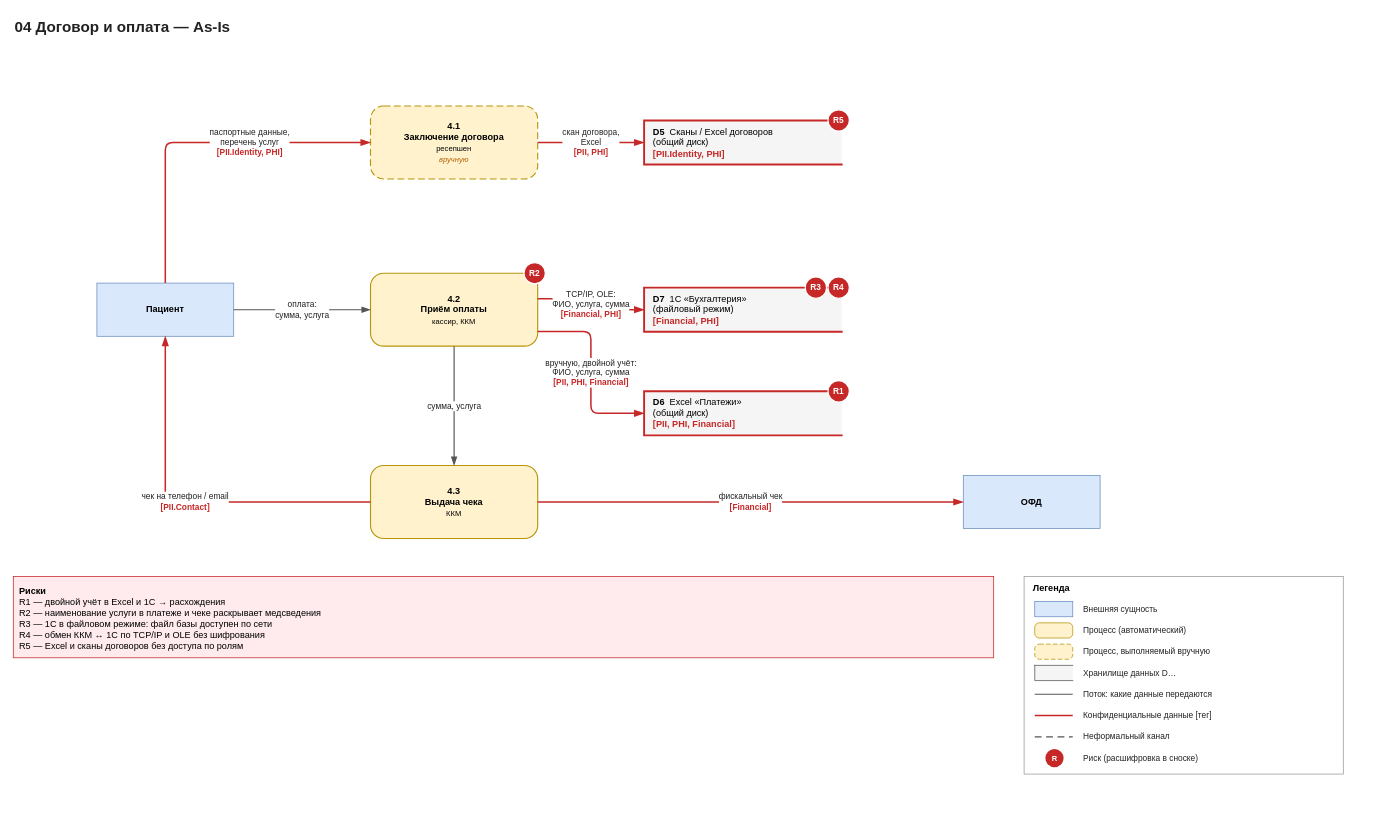
The draw.io diagram page "As-Is" (1 of 2) of Task1/dfd/04-dogovor-oplata.drawio in iudanet/architecture-medikamente, before the edit. Source tidied: cells renumbered, new cells numbered last; positions are measured from the earlier drawing's top-left corner, leaving out a move shared by most shapes. Both pictures are drawn from the tidied source at 76%, with x=0, y=0 at pixel (13, 13).
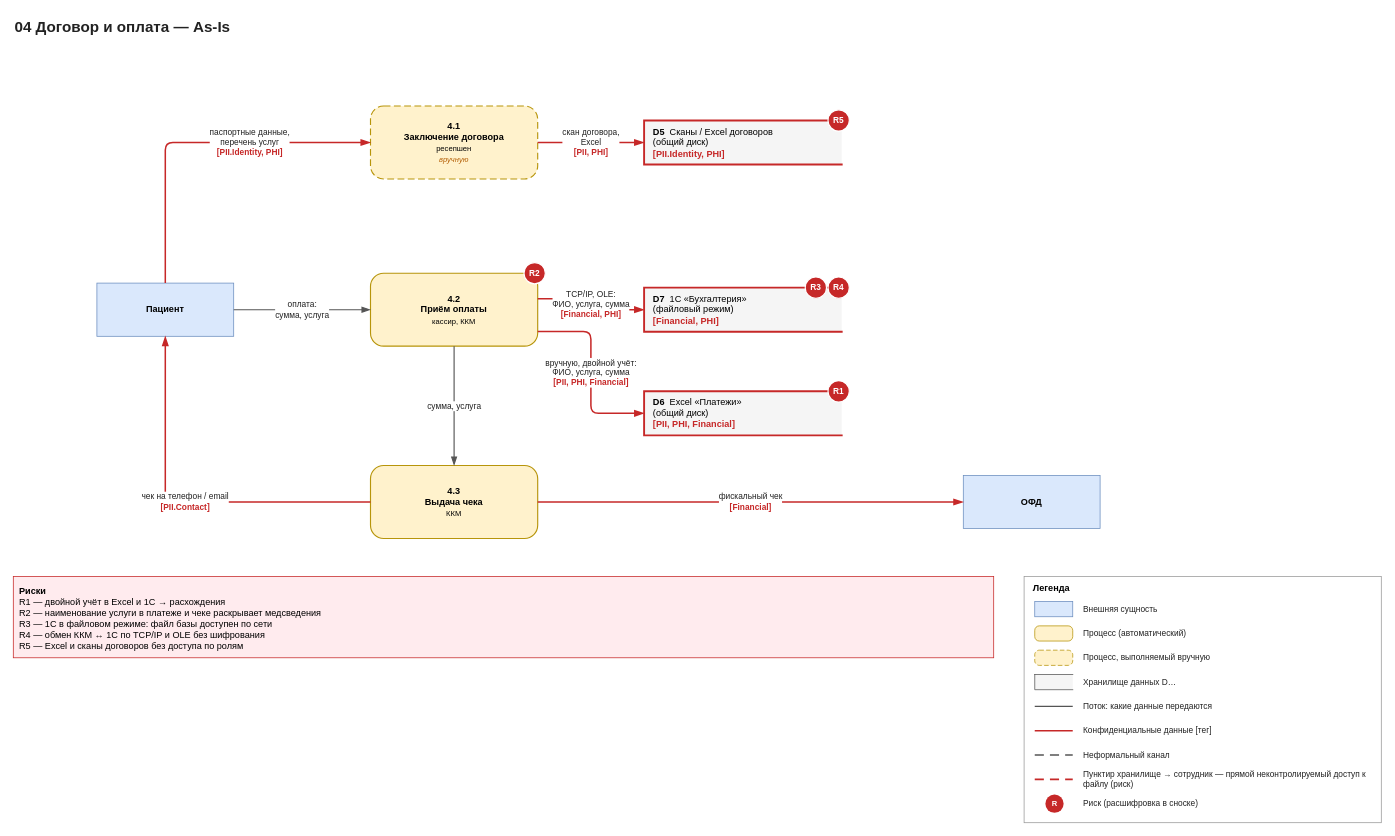
The same diagram, later.

Change to the diagram source:
```diff
@@
     <mxCell id="25" value="&lt;b&gt;Легенда&lt;/b&gt;" style="rounded=0;whiteSpace=wrap;html=1;fillColor=#FFFFFF;strokeColor=#999999;align=left;verticalAlign=top;spacingLeft=10;spacingTop=2;fontSize=12;" parent="1" vertex="1">
-      <mxGeometry x="1330" y="741" width="420" height="260" as="geometry" />
+      <mxGeometry x="1330" y="741" width="470" height="324" as="geometry" />
     </mxCell>
@@
     <mxCell id="27" value="Внешняя сущность" style="text;html=1;whiteSpace=wrap;align=left;verticalAlign=middle;fontSize=11;fontColor=#222222;" parent="1" vertex="1">
-      <mxGeometry x="1406" y="771" width="336" height="26" as="geometry" />
+      <mxGeometry x="1406" y="769" width="386" height="30" as="geometry" />
     </mxCell>
     <mxCell id="28" style="rounded=1;arcSize=30;html=1;fillColor=#FFF2CC;strokeColor=#B7950B;" parent="1" vertex="1">
-      <mxGeometry x="1344" y="802" width="50" height="20" as="geometry" />
+      <mxGeometry x="1344" y="806" width="50" height="20" as="geometry" />
     </mxCell>
     <mxCell id="29" value="Процесс (автоматический)" style="text;html=1;whiteSpace=wrap;align=left;verticalAlign=middle;fontSize=11;fontColor=#222222;" parent="1" vertex="1">
-      <mxGeometry x="1406" y="799" width="336" height="26" as="geometry" />
+      <mxGeometry x="1406" y="801" width="386" height="30" as="geometry" />
     </mxCell>
     <mxCell id="30" style="rounded=1;arcSize=30;html=1;fillColor=#FFF2CC;strokeColor=#B7950B;dashed=1;dashPattern=6 3;" parent="1" vertex="1">
-      <mxGeometry x="1344" y="830" width="50" height="20" as="geometry" />
+      <mxGeometry x="1344" y="838" width="50" height="20" as="geometry" />
     </mxCell>
     <mxCell id="31" value="Процесс, выполняемый вручную" style="text;html=1;whiteSpace=wrap;align=left;verticalAlign=middle;fontSize=11;fontColor=#222222;" parent="1" vertex="1">
-      <mxGeometry x="1406" y="827" width="336" height="26" as="geometry" />
+      <mxGeometry x="1406" y="833" width="386" height="30" as="geometry" />
     </mxCell>
     <mxCell id="32" style="shape=partialRectangle;right=0;html=1;fillColor=#F5F5F5;strokeColor=#555555;" parent="1" vertex="1">
-      <mxGeometry x="1344" y="858" width="50" height="20" as="geometry" />
+      <mxGeometry x="1344" y="870" width="50" height="20" as="geometry" />
     </mxCell>
     <mxCell id="33" value="Хранилище данных D…" style="text;html=1;whiteSpace=wrap;align=left;verticalAlign=middle;fontSize=11;fontColor=#222222;" parent="1" vertex="1">
-      <mxGeometry x="1406" y="855" width="336" height="26" as="geometry" />
+      <mxGeometry x="1406" y="865" width="386" height="30" as="geometry" />
     </mxCell>
     <mxCell id="34" style="shape=line;html=1;strokeColor=#555555;strokeWidth=1.5;" parent="1" vertex="1">
-      <mxGeometry x="1344" y="890" width="50" height="12" as="geometry" />
+      <mxGeometry x="1344" y="906" width="50" height="12" as="geometry" />
     </mxCell>
     <mxCell id="35" value="Поток: какие данные передаются" style="text;html=1;whiteSpace=wrap;align=left;verticalAlign=middle;fontSize=11;fontColor=#222222;" parent="1" vertex="1">
-      <mxGeometry x="1406" y="883" width="336" height="26" as="geometry" />
+      <mxGeometry x="1406" y="897" width="386" height="30" as="geometry" />
     </mxCell>
     <mxCell id="36" style="shape=line;html=1;strokeColor=#C62828;strokeWidth=2;" parent="1" vertex="1">
-      <mxGeometry x="1344" y="918" width="50" height="12" as="geometry" />
+      <mxGeometry x="1344" y="938" width="50" height="12" as="geometry" />
     </mxCell>
     <mxCell id="37" value="Конфиденциальные данные [тег]" style="text;html=1;whiteSpace=wrap;align=left;verticalAlign=middle;fontSize=11;fontColor=#222222;" parent="1" vertex="1">
-      <mxGeometry x="1406" y="911" width="336" height="26" as="geometry" />
+      <mxGeometry x="1406" y="929" width="386" height="30" as="geometry" />
     </mxCell>
-    <mxCell id="38" style="shape=line;html=1;strokeColor=#555555;strokeWidth=1.5;dashed=1;dashPattern=6 4;" parent="1" vertex="1">
-      <mxGeometry x="1344" y="946" width="50" height="12" as="geometry" />
+    <mxCell id="38" style="shape=line;html=1;strokeColor=#555555;strokeWidth=2;dashed=1;dashPattern=6 4;" parent="1" vertex="1">
+      <mxGeometry x="1344" y="970" width="50" height="12" as="geometry" />
     </mxCell>
     <mxCell id="39" value="Неформальный канал" style="text;html=1;whiteSpace=wrap;align=left;verticalAlign=middle;fontSize=11;fontColor=#222222;" parent="1" vertex="1">
-      <mxGeometry x="1406" y="939" width="336" height="26" as="geometry" />
+      <mxGeometry x="1406" y="961" width="386" height="30" as="geometry" />
     </mxCell>
-    <mxCell id="40" value="&lt;b&gt;R&lt;/b&gt;" style="ellipse;html=1;fillColor=#C62828;strokeColor=none;fontColor=#FFFFFF;fontSize=10;" parent="1" vertex="1">
-      <mxGeometry x="1358" y="968" width="24" height="24" as="geometry" />
+    <mxCell id="40" style="shape=line;html=1;strokeColor=#C62828;strokeWidth=2;dashed=1;dashPattern=6 4;" parent="1" vertex="1">
+      <mxGeometry x="1344" y="1002" width="50" height="12" as="geometry" />
     </mxCell>
-    <mxCell id="41" value="Риск (расшифровка в сноске)" style="text;html=1;whiteSpace=wrap;align=left;verticalAlign=middle;fontSize=11;fontColor=#222222;" parent="1" vertex="1">
-      <mxGeometry x="1406" y="967" width="336" height="26" as="geometry" />
+    <mxCell id="41" value="Пунктир хранилище → сотрудник — прямой неконтролируемый доступ к файлу (риск)" style="text;html=1;whiteSpace=wrap;align=left;verticalAlign=middle;fontSize=11;fontColor=#222222;" parent="1" vertex="1">
+      <mxGeometry x="1406" y="993" width="386" height="30" as="geometry" />
     </mxCell>
+    <mxCell id="42" value="&lt;b&gt;R&lt;/b&gt;" style="ellipse;html=1;fillColor=#C62828;strokeColor=none;fontColor=#FFFFFF;fontSize=10;" parent="1" vertex="1">
+      <mxGeometry x="1358" y="1028" width="24" height="24" as="geometry" />
+    </mxCell>
+    <mxCell id="43" value="Риск (расшифровка в сноске)" style="text;html=1;whiteSpace=wrap;align=left;verticalAlign=middle;fontSize=11;fontColor=#222222;" parent="1" vertex="1">
+      <mxGeometry x="1406" y="1025" width="386" height="30" as="geometry" />
+    </mxCell>
```
